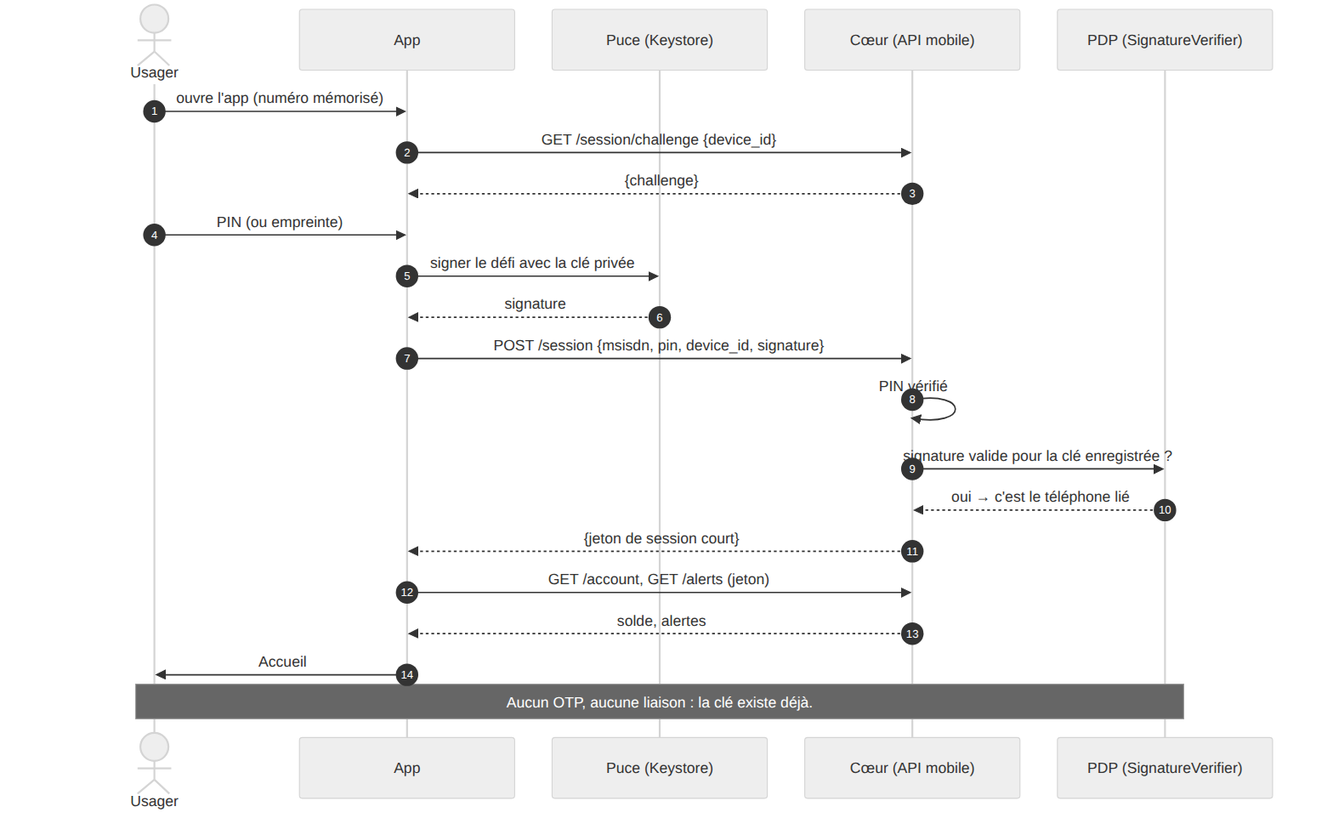
kateyvana/Identishield-CM keeps this Mermaid diagram as docs/02-specifications/mobile/diagrams/D2_quotidien.png. Above is the earlier version. Its source is kept beside it as docs/02-specifications/mobile/diagrams/D2_quotidien.mmd. Source of this version:
```mermaid
%%{init: {'theme':'neutral','sequence':{'wrap':true,'width':230,'messageFontSize':17,'actorFontSize':17,'noteFontSize':16,'actorMargin':40,'messageMargin':30}}}%%
sequenceDiagram
    autonumber
    actor U as Usager
    participant A as App
    participant K as Puce (Keystore)
    participant S as Cœur (API mobile)
    participant P as PDP (SignatureVerifier)
    U->>A: ouvre l'app (numéro mémorisé)
    A->>S: GET /session/challenge {device_id}
    S-->>A: {challenge}
    U->>A: PIN (ou empreinte)
    A->>K: signer le défi avec la clé privée
    K-->>A: signature
    A->>S: POST /session {msisdn, pin, device_id, signature}
    S->>S: PIN vérifié
    S->>P: signature valide pour la clé enregistrée ?
    P-->>S: oui → c'est le téléphone lié
    S-->>A: {jeton de session court}
    A->>S: GET /account, GET /alerts (jeton)
    S-->>A: solde, alertes
    A->>U: Accueil
    Note over U,P: Aucun OTP, aucune liaison : la clé existe déjà.
```
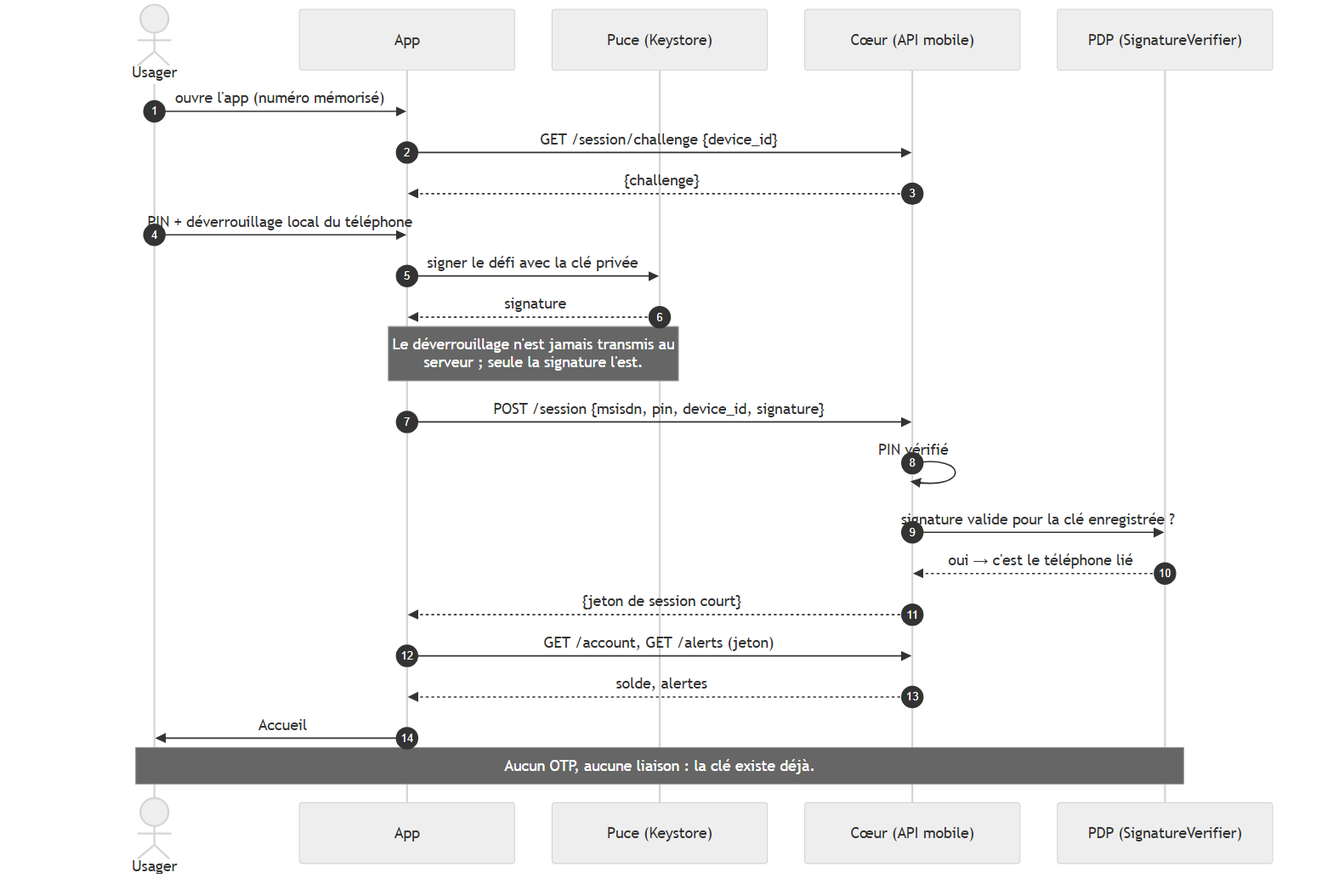
After the commit.

The edit, as a diff of the source:
```diff
@@ -9,9 +9,10 @@
     U->>A: ouvre l'app (numéro mémorisé)
     A->>S: GET /session/challenge {device_id}
     S-->>A: {challenge}
-    U->>A: PIN (ou empreinte)
+    U->>A: PIN + déverrouillage local du téléphone
     A->>K: signer le défi avec la clé privée
     K-->>A: signature
+    Note over A,K: Le déverrouillage n'est jamais transmis au serveur #59; seule la signature l'est.
     A->>S: POST /session {msisdn, pin, device_id, signature}
     S->>S: PIN vérifié
     S->>P: signature valide pour la clé enregistrée ?
```
